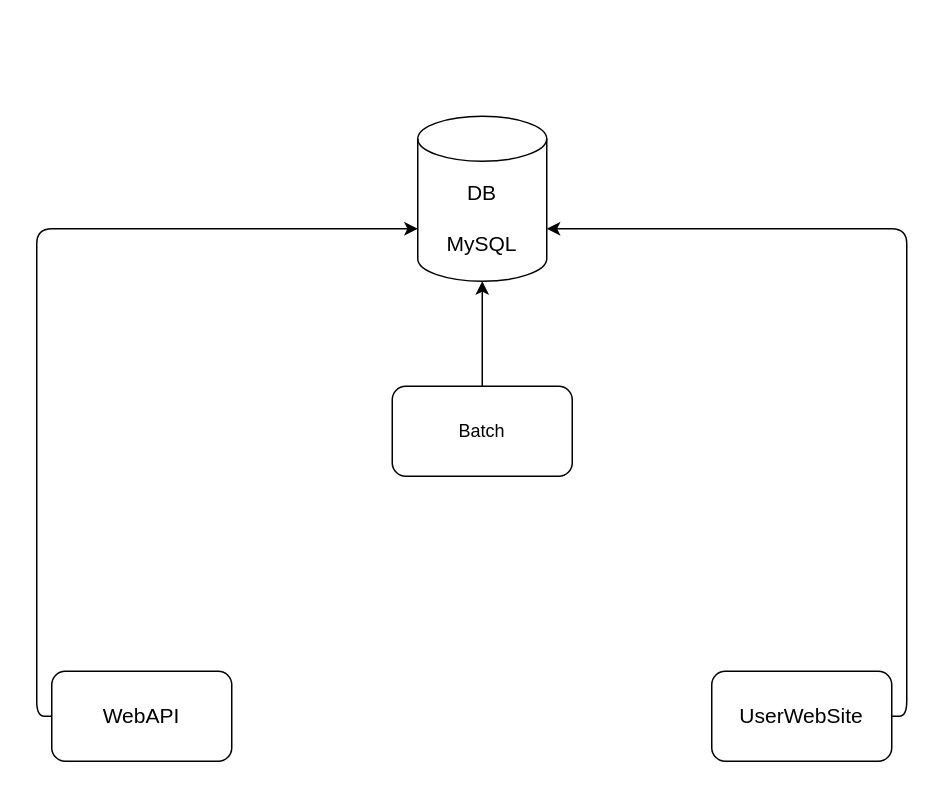
Before: Untitled Diagram.drawio in OMorlotti/P7-Developper-le-nouveau-systeme-d-information-de-la-bibliotheque-d-une-grande-ville, a draw.io diagram. Source tidied: cells renumbered, new cells numbered last; positions are measured from the earlier drawing's top-left corner, leaving out a move shared by most shapes. Both pictures are drawn from the tidied source at 150%, with x=0, y=0 at pixel (51, 116).
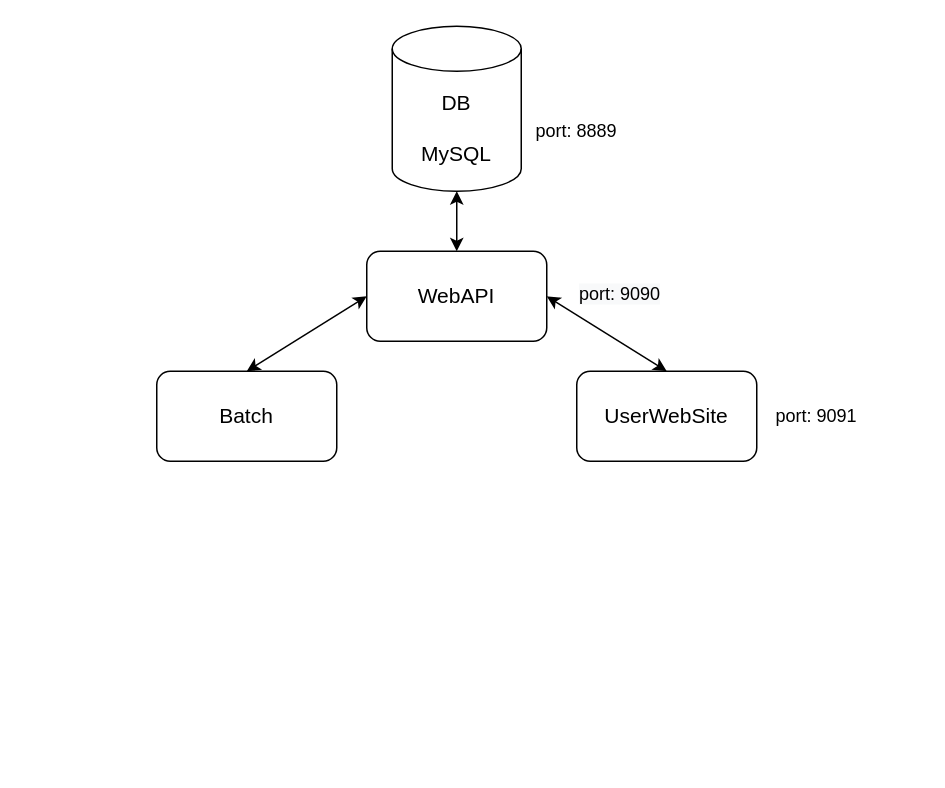
After the change.

What changed in the source:
```diff
@@
 <mxGraphModel>
   <root>
     <mxCell id="0" />
     <mxCell id="1" parent="0" />
     <mxCell id="2" value="&lt;font style=&quot;font-size: 14px&quot;&gt;UserWebSite&lt;/font&gt;" style="rounded=1;whiteSpace=wrap;html=1;" parent="1" vertex="1">
-      <mxGeometry x="440" y="370" width="120" height="60" as="geometry" />
+      <mxGeometry x="350" y="170" width="120" height="60" as="geometry" />
     </mxCell>
     <mxCell id="3" value="&lt;font style=&quot;font-size: 14px&quot;&gt;WebAPI&lt;/font&gt;" style="rounded=1;whiteSpace=wrap;html=1;" parent="1" vertex="1">
-      <mxGeometry y="370" width="120" height="60" as="geometry" />
+      <mxGeometry x="210" y="90" width="120" height="60" as="geometry" />
     </mxCell>
-    <mxCell id="4" value="Batch" style="rounded=1;whiteSpace=wrap;html=1;" parent="1" vertex="1">
-      <mxGeometry x="227" y="180" width="120" height="60" as="geometry" />
+    <mxCell id="4" value="&lt;font style=&quot;font-size: 14px&quot;&gt;Batch&lt;/font&gt;" style="rounded=1;whiteSpace=wrap;html=1;" parent="1" vertex="1">
+      <mxGeometry x="70" y="170" width="120" height="60" as="geometry" />
     </mxCell>
     <mxCell id="5" value="&lt;font style=&quot;font-size: 14px&quot;&gt;&lt;font style=&quot;font-size: 14px&quot;&gt;DB&lt;br&gt;&lt;/font&gt;&lt;br&gt;MySQL&lt;/font&gt;" style="shape=cylinder3;whiteSpace=wrap;html=1;boundedLbl=1;backgroundOutline=1;size=15;direction=east;" parent="1" vertex="1">
-      <mxGeometry x="244" width="86" height="110" as="geometry" />
+      <mxGeometry x="227" y="-60" width="86" height="110" as="geometry" />
     </mxCell>
-    <mxCell id="6" style="endArrow=classic;html=1;strokeWidth=1;entryX=0;entryY=0;entryDx=0;entryDy=75;entryPerimeter=0;exitX=0;exitY=0.5;exitDx=0;exitDy=0;edgeStyle=orthogonalEdgeStyle;" parent="1" edge="1" source="3" target="5">
+    <mxCell id="6" style="endArrow=classic;html=1;strokeWidth=1;entryX=0.5;entryY=1;entryDx=0;entryDy=0;entryPerimeter=0;startArrow=classic;startFill=1;" parent="1" edge="1" source="3" target="5">
       <mxGeometry relative="1" as="geometry" />
     </mxCell>
-    <mxCell id="7" style="endArrow=classic;html=1;strokeWidth=1;entryX=1;entryY=0;entryDx=0;entryDy=75;entryPerimeter=0;exitX=1;exitY=0.5;exitDx=0;exitDy=0;edgeStyle=orthogonalEdgeStyle;" parent="1" edge="1" source="2" target="5">
-      <mxGeometry relative="1" as="geometry" />
-    </mxCell>
-    <mxCell id="8" style="endArrow=classic;html=1;strokeWidth=1;exitX=0.5;exitY=0;exitDx=0;exitDy=0;" parent="1" edge="1" source="4">
-      <mxGeometry relative="1" as="geometry">
-        <mxPoint x="287" y="110" as="targetPoint" />
-      </mxGeometry>
-    </mxCell>
+    <mxCell id="9" style="endArrow=classic;html=1;strokeWidth=1;entryX=0.5;entryY=0;entryDx=0;entryDy=0;exitX=0;exitY=0.5;exitDx=0;exitDy=0;startArrow=classic;startFill=1;" parent="1" edge="1" source="3" target="4">
+      <mxGeometry relative="1" as="geometry" />
+    </mxCell>
+    <mxCell id="10" style="endArrow=classic;startArrow=classic;html=1;strokeWidth=1;entryX=0.5;entryY=0;entryDx=0;entryDy=0;exitX=1;exitY=0.5;exitDx=0;exitDy=0;" parent="1" edge="1" source="3" target="2">
+      <mxGeometry relative="1" as="geometry" />
+    </mxCell>
+    <mxCell id="11" value="port: 8889" style="text;html=1;strokeColor=none;fillColor=none;align=center;verticalAlign=middle;whiteSpace=wrap;rounded=0;" parent="1" vertex="1">
+      <mxGeometry x="320" width="60" height="20" as="geometry" />
+    </mxCell>
+    <mxCell id="12" value="port: 9091" style="text;html=1;strokeColor=none;fillColor=none;align=center;verticalAlign=middle;whiteSpace=wrap;rounded=0;" parent="1" vertex="1">
+      <mxGeometry x="480" y="190" width="60" height="20" as="geometry" />
+    </mxCell>
+    <mxCell id="13" value="&lt;span style=&quot;color: rgb(0 , 0 , 0) ; font-family: &amp;#34;helvetica&amp;#34; ; font-size: 12px ; font-style: normal ; font-weight: 400 ; letter-spacing: normal ; text-align: center ; text-indent: 0px ; text-transform: none ; word-spacing: 0px ; background-color: rgb(248 , 249 , 250) ; display: inline ; float: none&quot;&gt;port: 9090&lt;/span&gt;" style="text;whiteSpace=wrap;html=1;" parent="1" vertex="1">
+      <mxGeometry x="350" y="105" width="80" height="30" as="geometry" />
+    </mxCell>
   </root>
 </mxGraphModel>
```
